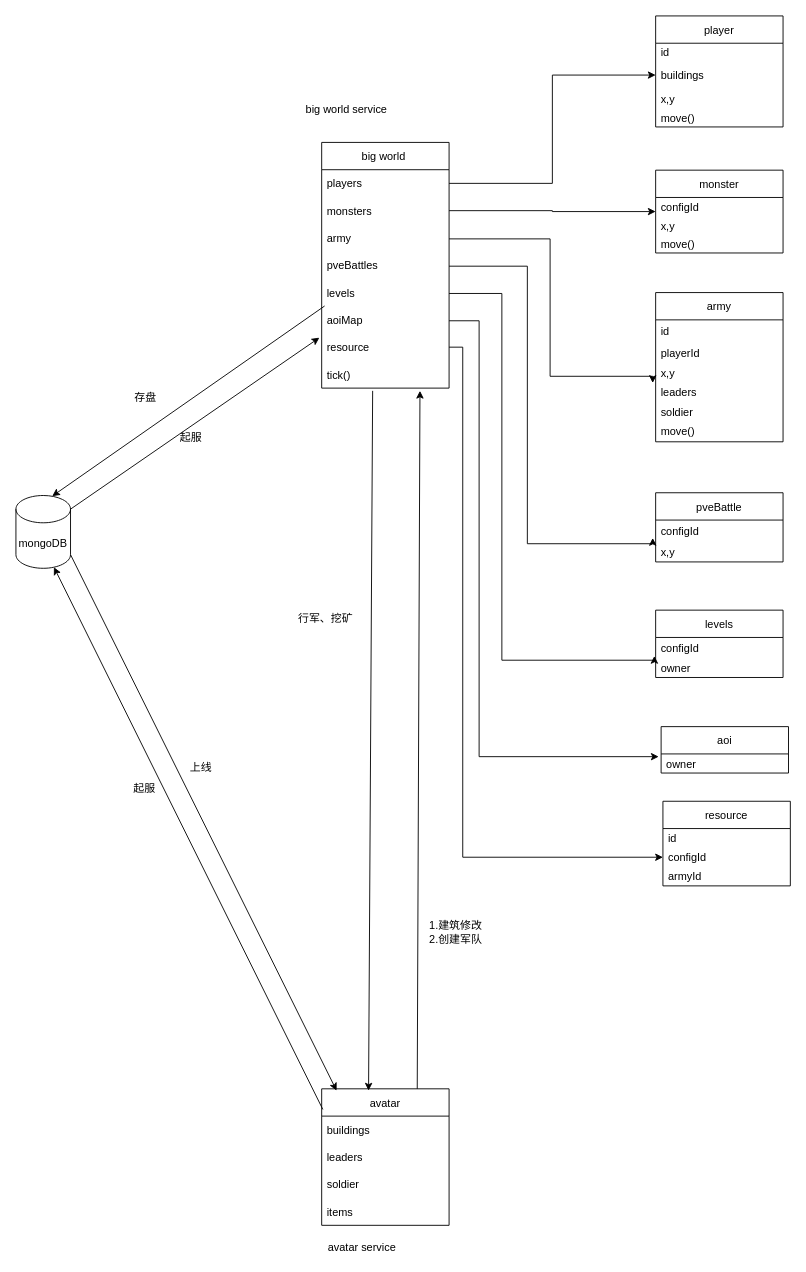
This is Untitled Diagram.drawio from LiuBaiSMD/drawIO, a draw.io file, before an edit. Source tidied: cells renumbered, new cells numbered last; positions are measured from the earlier drawing's top-left corner, leaving out a move shared by most shapes. Both pictures are drawn from the tidied source at 91%, with x=0, y=0 at pixel (15, 15).
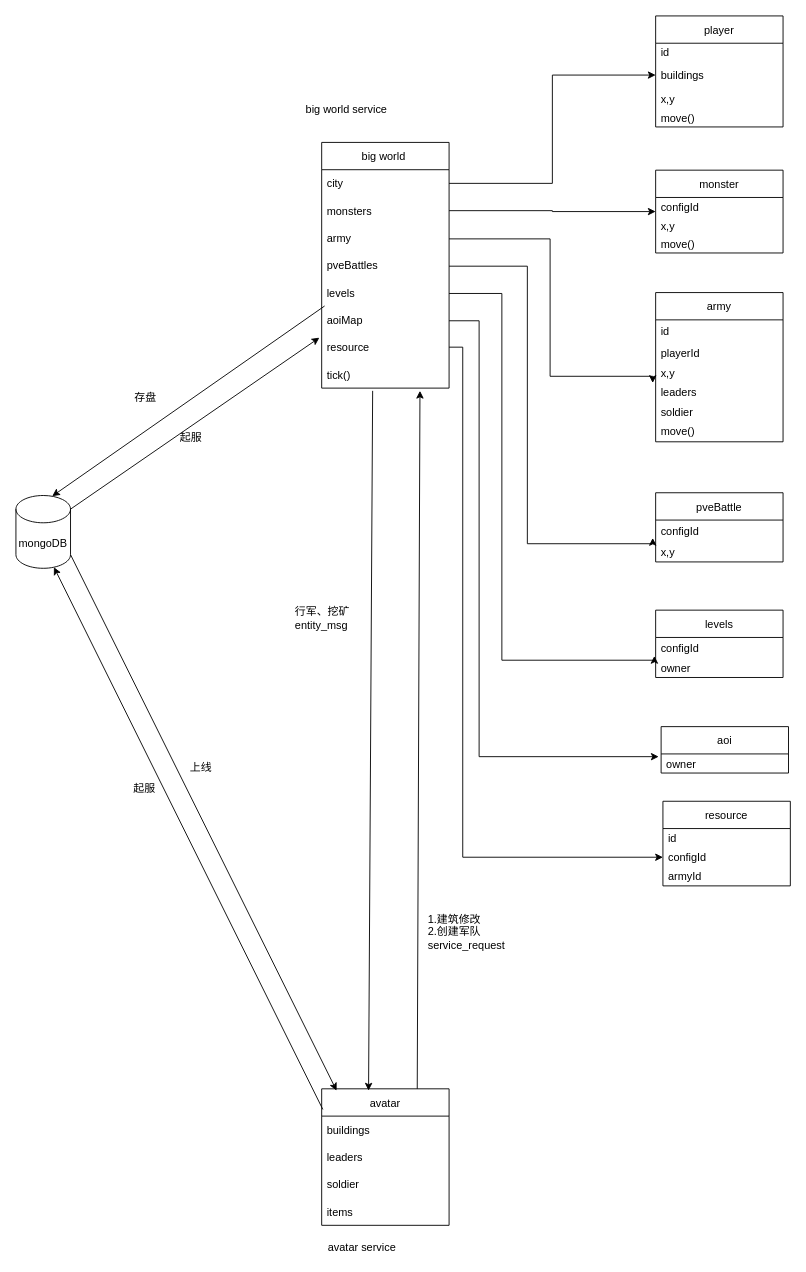
The same diagram, later.

The change refers to these unchanged cells:
```xml
<mxCell id="2" value="big world " style="swimlane;fontStyle=0;horizontal=1;startSize=30;" parent="1" vertex="1">
  <mxGeometry x="336" y="139" width="140" height="270" as="geometry" />
</mxCell>
```

Change to the diagram source:
```diff
@@
-    <mxCell id="3" value="players" style="text;strokeColor=none;fillColor=none;align=left;verticalAlign=middle;spacingLeft=4;spacingRight=4;overflow=hidden;points=[[0,0.5],[1,0.5]];portConstraint=eastwest;" parent="2" vertex="1">
+    <mxCell id="3" value="city" style="text;strokeColor=none;fillColor=none;align=left;verticalAlign=middle;spacingLeft=4;spacingRight=4;overflow=hidden;points=[[0,0.5],[1,0.5]];portConstraint=eastwest;" parent="2" vertex="1">
       <mxGeometry y="30" width="140" height="30" as="geometry" />
     </mxCell>
@@
-    <mxCell id="48" value="1.建筑修改&lt;br&gt;2.创建军队" style="text;html=1;align=center;verticalAlign=middle;strokeColor=none;fillColor=none;" parent="1" vertex="1">
-      <mxGeometry x="449" y="991" width="68" height="32" as="geometry" />
+    <mxCell id="48" value="1.建筑修改&lt;br&gt;2.创建军队&lt;br&gt;service_request" style="text;html=1;align=left;verticalAlign=middle;strokeColor=none;fillColor=none;" parent="1" vertex="1">
+      <mxGeometry x="451" y="984" width="95" height="46" as="geometry" />
     </mxCell>
@@
-    <mxCell id="50" value="行军、挖矿" style="text;html=1;align=center;verticalAlign=middle;strokeColor=none;fillColor=none;" parent="1" vertex="1">
-      <mxGeometry x="305" y="653" width="70" height="18" as="geometry" />
+    <mxCell id="50" value="行军、挖矿&lt;br&gt;entity_msg" style="text;html=1;align=left;verticalAlign=middle;strokeColor=none;fillColor=none;" parent="1" vertex="1">
+      <mxGeometry x="305" y="646" width="70" height="32" as="geometry" />
     </mxCell>
```
